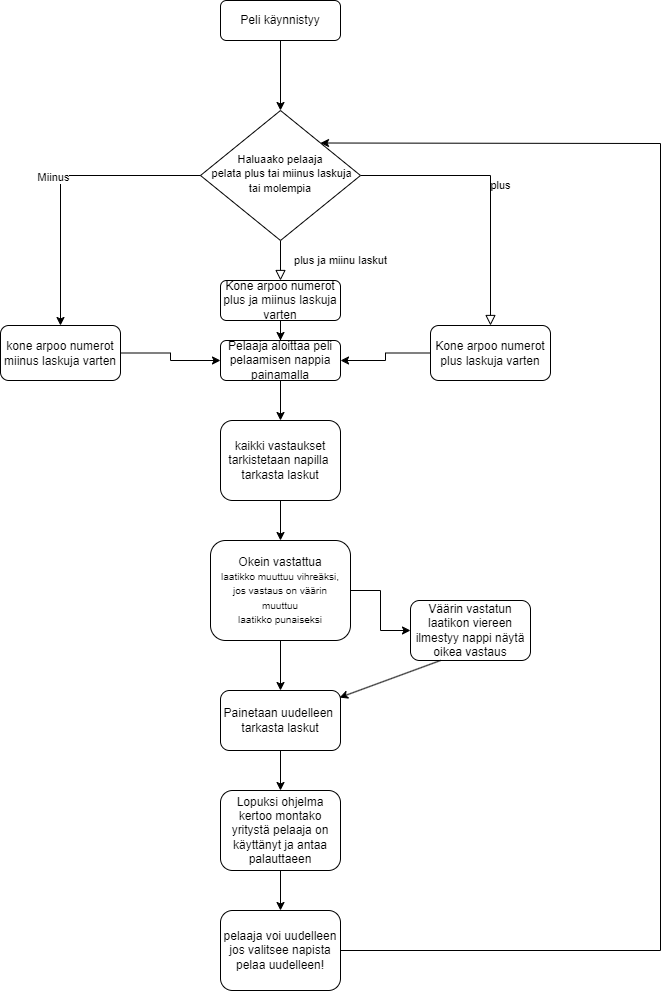
This is vuokaaviolaskupelistä.png from s3kaju10/nayttotyo, a draw.io export, as it was before one commit. Source tidied: cells renumbered, new cells last; positions are measured from the earlier drawing's top-left corner, leaving out a move shared by most shapes.
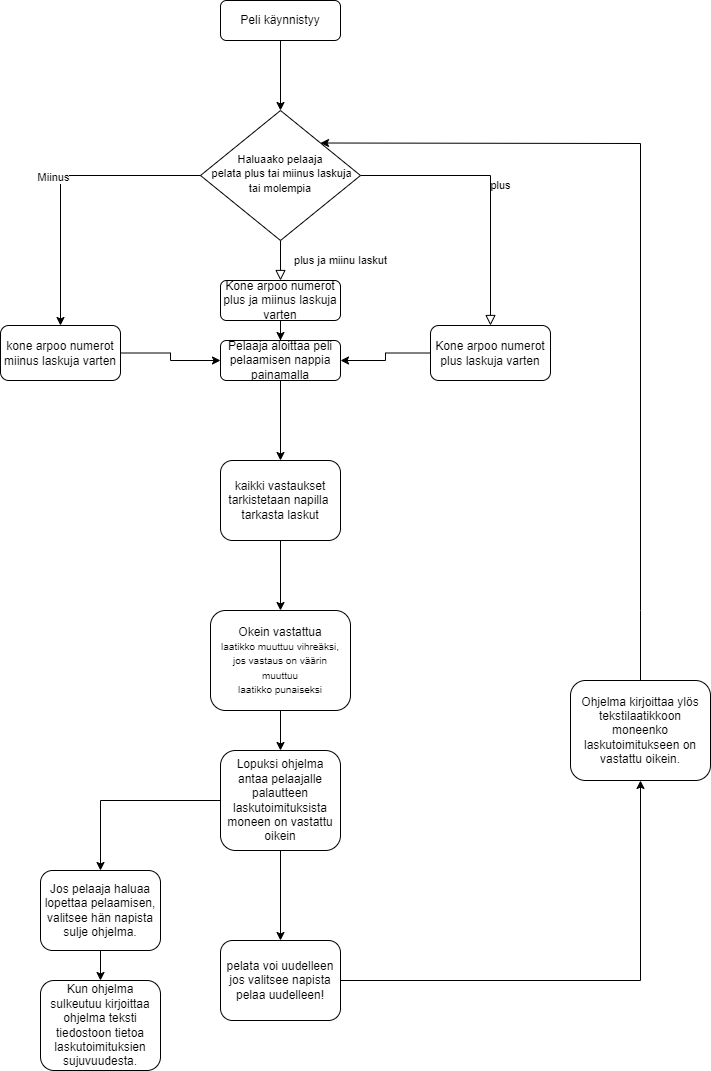
After the change.

Commit message:
listään vuokaavio repositioon

The edit, as a diff of the source:
```diff
@@ -51,50 +51,52 @@
     <mxCell id="16" value="Pelaaja aloittaa peli pelaamisen nappia painamalla" style="rounded=1;whiteSpace=wrap;html=1;fontSize=12;glass=0;strokeWidth=1;shadow=0;" parent="1" vertex="1">
       <mxGeometry x="220" y="340" width="120" height="40" as="geometry" />
     </mxCell>
-    <mxCell id="17" style="edgeStyle=orthogonalEdgeStyle;rounded=0;jettySize=auto;html=1;" parent="1" edge="1" source="19" target="22">
-      <mxGeometry relative="1" as="geometry" />
-    </mxCell>
-    <mxCell id="18" style="edgeStyle=orthogonalEdgeStyle;rounded=0;jettySize=auto;html=1;" parent="1" edge="1" source="19" target="20">
-      <mxGeometry relative="1" as="geometry" />
-    </mxCell>
     <mxCell id="19" value="Okein vastattua&lt;br style=&quot;border-color: var(--border-color); font-size: 10px;&quot;&gt;&lt;span style=&quot;font-size: 10px;&quot;&gt;laatikko muuttuu vihreäksi,&lt;/span&gt;&lt;br style=&quot;border-color: var(--border-color); font-size: 10px;&quot;&gt;&lt;span style=&quot;font-size: 10px;&quot;&gt;jos vastaus on väärin&lt;/span&gt;&lt;br style=&quot;border-color: var(--border-color); font-size: 10px;&quot;&gt;&lt;span style=&quot;font-size: 10px;&quot;&gt;muuttuu&lt;/span&gt;&lt;br style=&quot;border-color: var(--border-color); font-size: 10px;&quot;&gt;&lt;span style=&quot;font-size: 10px;&quot;&gt;laatikko punaiseksi&lt;/span&gt;" style="rounded=1;whiteSpace=wrap;html=1;" parent="1" vertex="1">
-      <mxGeometry x="210" y="540" width="140" height="100" as="geometry" />
+      <mxGeometry x="210" y="610" width="140" height="100" as="geometry" />
     </mxCell>
-    <mxCell id="20" value="Väärin vastatun laatikon viereen ilmestyy nappi näytä oikea vastaus" style="rounded=1;whiteSpace=wrap;html=1;" parent="1" vertex="1">
-      <mxGeometry x="410" y="600" width="120" height="60" as="geometry" />
-    </mxCell>
-    <mxCell id="21" style="edgeStyle=orthogonalEdgeStyle;rounded=0;jettySize=auto;html=1;" parent="1" edge="1" source="22" target="27">
+    <mxCell id="21" style="edgeStyle=orthogonalEdgeStyle;rounded=0;jettySize=auto;html=1;exitX=0.5;exitY=1;exitDx=0;exitDy=0;" parent="1" edge="1" source="19" target="27">
       <mxGeometry relative="1" as="geometry" />
     </mxCell>
-    <mxCell id="22" value="Painetaan uudelleen&amp;nbsp;&lt;br&gt;tarkasta laskut" style="rounded=1;whiteSpace=wrap;html=1;" parent="1" vertex="1">
-      <mxGeometry x="220" y="690" width="120" height="60" as="geometry" />
-    </mxCell>
-    <mxCell id="23" style="endArrow=classic;html=1;rounded=0;exitX=0.25;exitY=1;exitDx=0;exitDy=0;entryX=0.992;entryY=0.118;entryDx=0;entryDy=0;entryPerimeter=0;" parent="1" edge="1" source="20" target="22">
-      <mxGeometry relative="1" as="geometry" />
-    </mxCell>
     <mxCell id="24" style="edgeStyle=orthogonalEdgeStyle;rounded=0;jettySize=auto;html=1;" parent="1" edge="1" source="25" target="19">
       <mxGeometry relative="1" as="geometry" />
     </mxCell>
     <mxCell id="25" value="kaikki vastaukset tarkistetaan napilla&amp;nbsp;&lt;br&gt;tarkasta laskut" style="rounded=1;whiteSpace=wrap;html=1;" parent="1" vertex="1">
-      <mxGeometry x="220" y="420" width="120" height="80" as="geometry" />
+      <mxGeometry x="220" y="460" width="120" height="80" as="geometry" />
     </mxCell>
     <mxCell id="26" style="edgeStyle=orthogonalEdgeStyle;rounded=0;jettySize=auto;html=1;" parent="1" edge="1" source="27" target="28">
       <mxGeometry relative="1" as="geometry" />
     </mxCell>
+    <mxCell id="30" style="edgeStyle=orthogonalEdgeStyle;rounded=0;jettySize=auto;html=1;" parent="1" edge="1" source="27" target="33">
+      <mxGeometry relative="1" as="geometry" />
+    </mxCell>
-    <mxCell id="27" value="Lopuksi ohjelma kertoo montako yritystä pelaaja on käyttänyt ja antaa palauttaeen" style="rounded=1;whiteSpace=wrap;html=1;" parent="1" vertex="1">
-      <mxGeometry x="220" y="790" width="120" height="80" as="geometry" />
+    <mxCell id="27" value="Lopuksi ohjelma antaa pelaajalle palautteen laskutoimituksista moneen on vastattu oikein" style="rounded=1;whiteSpace=wrap;html=1;" parent="1" vertex="1">
+      <mxGeometry x="220" y="750" width="120" height="100" as="geometry" />
     </mxCell>
+    <mxCell id="31" style="edgeStyle=orthogonalEdgeStyle;rounded=0;jettySize=auto;html=1;" parent="1" edge="1" source="28" target="35">
+      <mxGeometry relative="1" as="geometry" />
+    </mxCell>
-    <mxCell id="28" value="pelaaja voi uudelleen jos valitsee napista pelaa uudelleen!" style="rounded=1;whiteSpace=wrap;html=1;" parent="1" vertex="1">
-      <mxGeometry x="220" y="910" width="120" height="80" as="geometry" />
+    <mxCell id="28" value="pelata voi uudelleen jos valitsee napista pelaa uudelleen!" style="rounded=1;whiteSpace=wrap;html=1;" parent="1" vertex="1">
+      <mxGeometry x="220" y="940" width="120" height="80" as="geometry" />
     </mxCell>
-    <mxCell id="29" style="endArrow=classic;html=1;rounded=0;entryX=1;entryY=0;entryDx=0;entryDy=0;" parent="1" edge="1" target="6">
-      <mxGeometry relative="1" as="geometry">
-        <mxPoint x="340" y="950" as="sourcePoint" />
-        <Array as="points">
-          <mxPoint x="660" y="950" />
-          <mxPoint x="660" y="143" />
-        </Array>
-      </mxGeometry>
-    </mxCell>
+    <mxCell id="32" style="edgeStyle=orthogonalEdgeStyle;rounded=0;jettySize=auto;html=1;" parent="1" edge="1" source="33" target="34">
+      <mxGeometry relative="1" as="geometry" />
+    </mxCell>
+    <mxCell id="33" value="Jos pelaaja haluaa lopettaa pelaamisen,&lt;br&gt;valitsee hän napista sulje ohjelma." style="rounded=1;whiteSpace=wrap;html=1;" parent="1" vertex="1">
+      <mxGeometry x="40" y="870" width="120" height="80" as="geometry" />
+    </mxCell>
+    <mxCell id="34" value="Kun ohjelma sulkeutuu kirjoittaa ohjelma teksti tiedostoon tietoa laskutoimituksien sujuvuudesta." style="rounded=1;whiteSpace=wrap;html=1;" parent="1" vertex="1">
+      <mxGeometry x="40" y="980" width="120" height="90" as="geometry" />
+    </mxCell>
+    <mxCell id="35" value="Ohjelma kirjoittaa ylös tekstilaatikkoon moneenko laskutoimitukseen on vastattu oikein." style="whiteSpace=wrap;html=1;rounded=1;" parent="1" vertex="1">
+      <mxGeometry x="570" y="680" width="140" height="100" as="geometry" />
+    </mxCell>
+    <mxCell id="36" style="endArrow=classic;html=1;rounded=0;exitX=0.5;exitY=0;exitDx=0;exitDy=0;entryX=1;entryY=0;entryDx=0;entryDy=0;" parent="1" edge="1" source="35" target="6">
+      <mxGeometry relative="1" as="geometry">
+        <Array as="points">
+          <mxPoint x="640" y="610" />
+          <mxPoint x="640" y="143" />
+        </Array>
+      </mxGeometry>
+    </mxCell>
   </root>
 </mxGraphModel>
```
